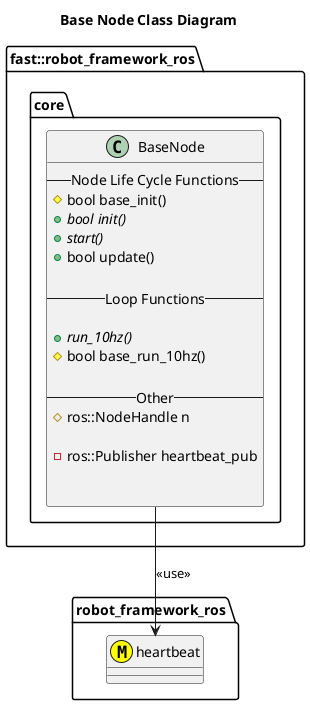
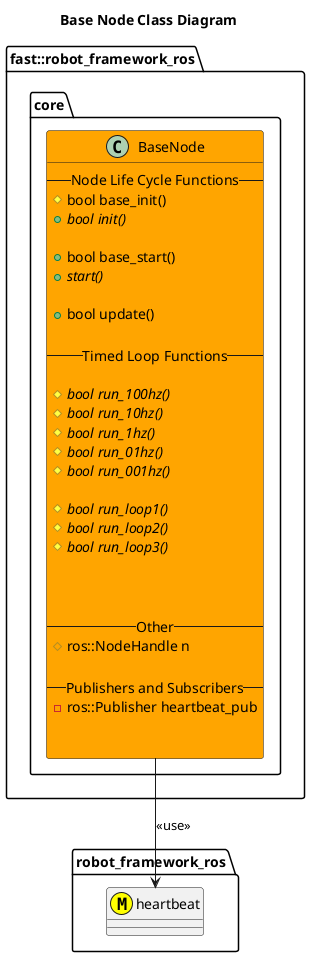
@startuml
title Base Node Class Diagram
namespace robot_framework_ros {
    class heartbeat <<(M,#FFFF00)>>
}
namespace fast::robot_framework_ros {
    namespace core {
-         class BaseNode {
+         class BaseNode #Orange{
            --Node Life Cycle Functions--
            #bool base_init()
            +{abstract} bool init()
+ 
+             +bool base_start()
            +{abstract} start()
+ 
            +bool update()

-             --Loop Functions--
+             --Timed Loop Functions--

-             +{abstract} run_10hz()
-             #bool base_run_10hz()
+             #{abstract} bool run_100hz()
+             #{abstract} bool run_10hz()
+             #{abstract} bool run_1hz()
+             #{abstract} bool run_01hz()
+             #{abstract} bool run_001hz()
+ 
+             #{abstract} bool run_loop1()
+             #{abstract} bool run_loop2()
+             #{abstract} bool run_loop3()
+ 
+ 

            --Other--
            #ros::NodeHandle n

+             --Publishers and Subscribers--
            -ros::Publisher heartbeat_pub


        }
        BaseNode --> heartbeat: <<use>>

    }
}
@enduml